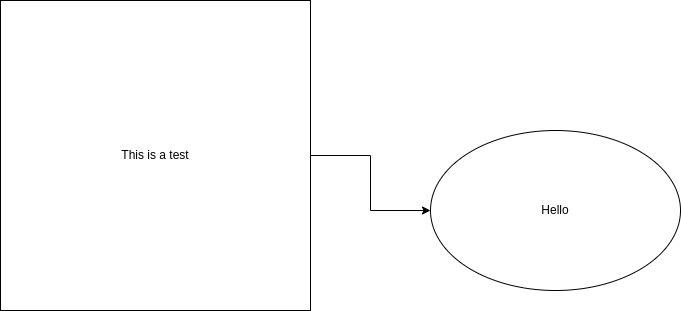
Earlier version of the draw.io export zicbox.drawio.png (apiel/zicBox). Source tidied: cells renumbered, new cells last; positions are measured from the earlier drawing's top-left corner, leaving out a move shared by most shapes.
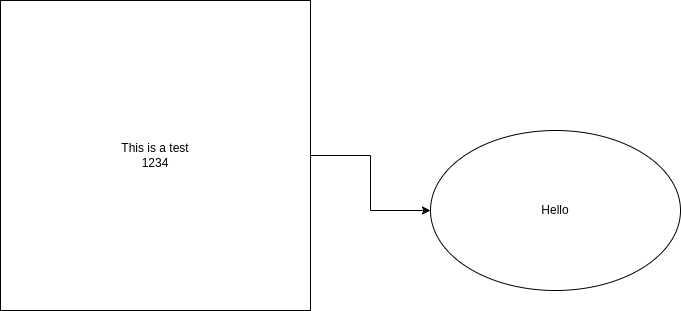
The same file after the commit.

The edit, as a diff of the source:
```diff
@@ -5,7 +5,7 @@
     <mxCell id="2" style="edgeStyle=orthogonalEdgeStyle;rounded=0;jettySize=auto;html=1;entryX=0;entryY=0.5;entryDx=0;entryDy=0;" parent="1" edge="1" source="3" target="4">
       <mxGeometry relative="1" as="geometry" />
     </mxCell>
-    <mxCell id="3" value="This is a test" style="whiteSpace=wrap;html=1;" parent="1" vertex="1">
+    <mxCell id="3" value="This is a test&lt;br&gt;1234" style="whiteSpace=wrap;html=1;" parent="1" vertex="1">
       <mxGeometry width="310" height="310" as="geometry" />
     </mxCell>
     <mxCell id="4" value="Hello" style="ellipse;whiteSpace=wrap;html=1;" parent="1" vertex="1">
```
